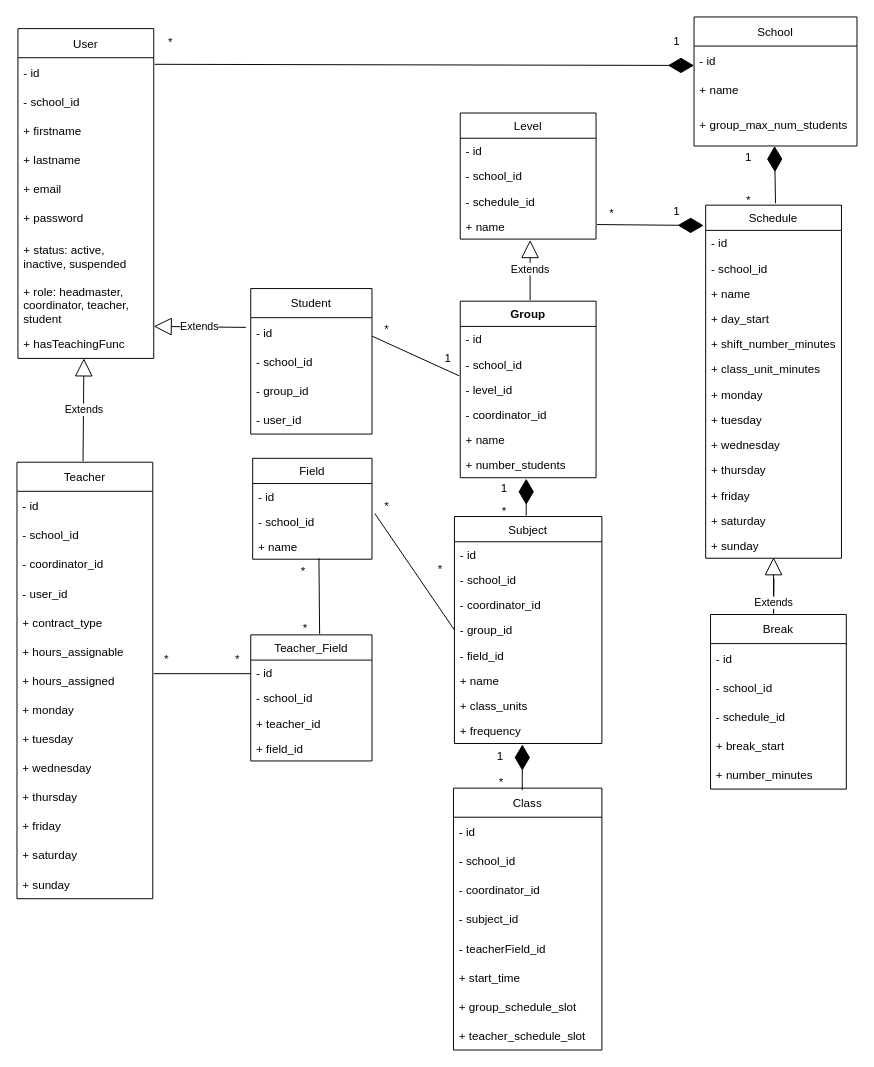
Above: support/3_design/entities/entities_UML.drawio in JeromeVargas/schedule_maker (draw.io), before the change. Source tidied: cells renumbered, new cells numbered last; positions are measured from the earlier drawing's top-left corner, leaving out a move shared by most shapes. Both pictures are drawn from the tidied source at 97%, with x=0, y=0 at pixel (16, 16).
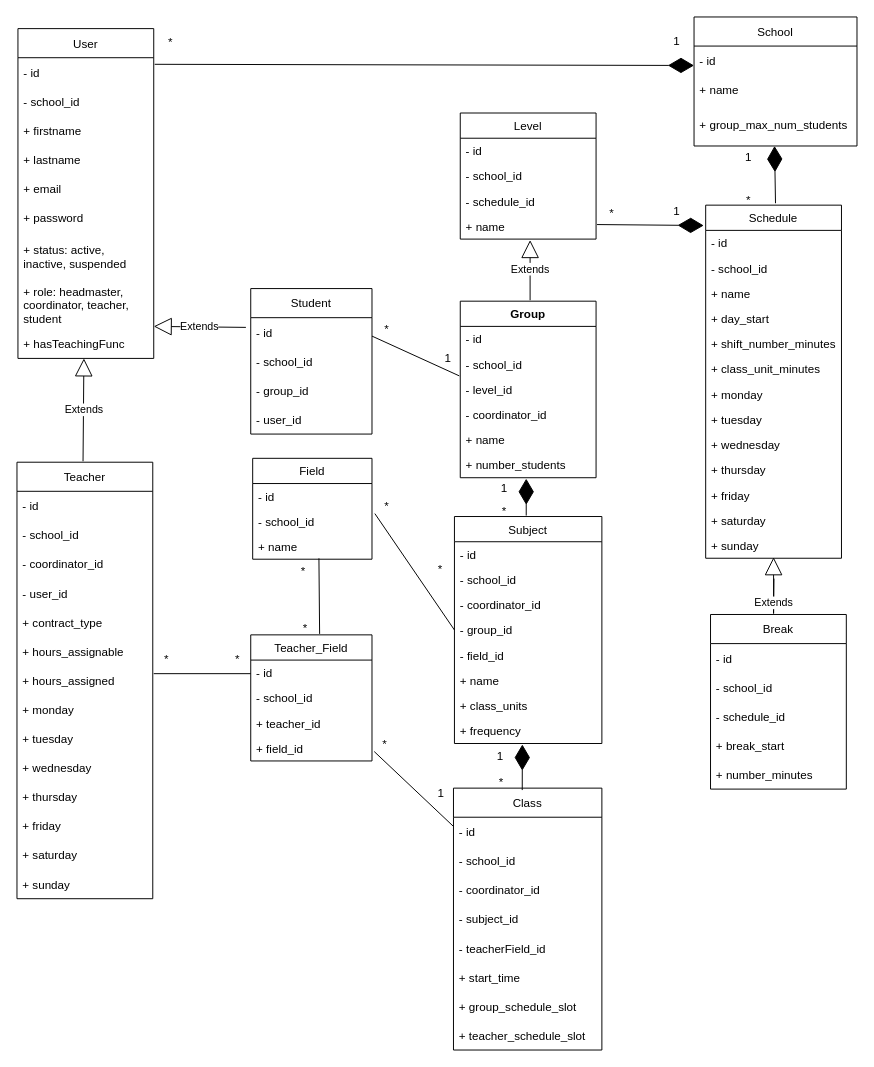
The same page after the edit.

Commit message (it also covers changes not shown here):
refactor: add teacher_field many to one relationship to class entity

What changed in the source:
```diff
@@
+    <mxCell id="126" style="endArrow=none;html=1;exitX=-0.016;exitY=0.756;exitDx=0;exitDy=0;exitPerimeter=0;" parent="1" edge="1">
+      <mxGeometry relative="1" as="geometry">
+        <mxPoint x="368.3" y="757.3" as="sourcePoint" />
+        <mxPoint x="449.8" y="834.3" as="targetPoint" />
+      </mxGeometry>
+    </mxCell>
+    <mxCell id="127" value="*" style="text;html=1;align=center;verticalAlign=middle;strokeColor=none;fillColor=none;" parent="1" vertex="1">
+      <mxGeometry x="363.8" y="734.7" width="30" height="30" as="geometry" />
+    </mxCell>
+    <mxCell id="128" value="1" style="text;html=1;align=center;verticalAlign=middle;strokeColor=none;fillColor=none;" parent="1" vertex="1">
+      <mxGeometry x="422" y="785.7" width="30" height="30" as="geometry" />
+    </mxCell>
```
